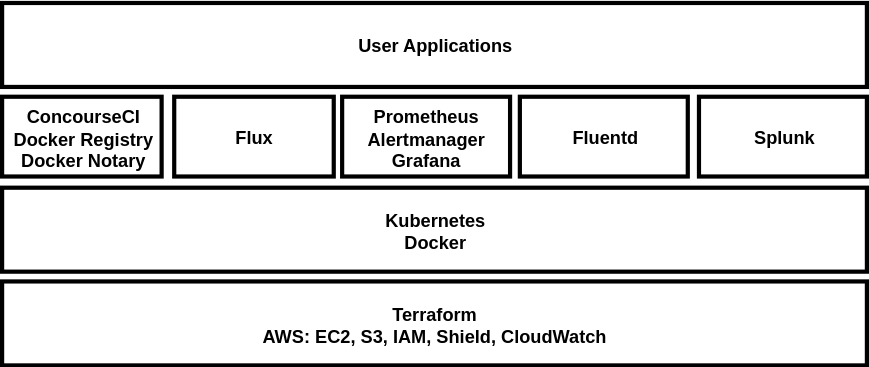
Earlier version of the draw.io export docs/architecture/diagrams/gsp-architecture-overview-2.svg (alphagov/gsp). Source tidied: cells renumbered, new cells last; positions are measured from the earlier drawing's top-left corner, leaving out a move shared by most shapes. The source it was exported from:
```xml
<mxGraphModel>
  <root>
    <mxCell id="0" />
    <mxCell id="1" value="Untitled Layer" parent="0" />
    <mxCell id="2" value="ConcourseCI&lt;br&gt;Docker Registry&lt;br&gt;Docker Notary&lt;br&gt;" style="rounded=0;whiteSpace=wrap;html=1;strokeWidth=3;fontSize=13;fontStyle=1;labelBorderColor=none;" parent="1" vertex="1">
      <mxGeometry y="67.5" width="114" height="57" as="geometry" />
    </mxCell>
    <mxCell id="3" value="Flux" style="rounded=0;whiteSpace=wrap;html=1;strokeWidth=3;fontSize=13;fontStyle=1;labelBorderColor=none;" parent="1" vertex="1">
      <mxGeometry x="123" y="67.5" width="114" height="57" as="geometry" />
    </mxCell>
    <mxCell id="4" value="Kubernetes&lt;br&gt;Docker&lt;br&gt;" style="rounded=0;whiteSpace=wrap;html=1;strokeWidth=3;fontSize=13;fontStyle=1;labelBorderColor=none;" parent="1" vertex="1">
      <mxGeometry y="132.5" width="618" height="60" as="geometry" />
    </mxCell>
    <mxCell id="5" value="&lt;span&gt;Prometheus&lt;/span&gt;&lt;br&gt;&lt;span&gt;Alertmanager&lt;/span&gt;&lt;br&gt;&lt;span&gt;Grafana&lt;/span&gt;&lt;br&gt;" style="rounded=0;whiteSpace=wrap;html=1;strokeWidth=3;fontSize=13;fontStyle=1;labelBorderColor=none;" parent="1" vertex="1">
      <mxGeometry x="243" y="67.5" width="120" height="57" as="geometry" />
    </mxCell>
    <mxCell id="6" value="&lt;span&gt;Fluentd&lt;br&gt;&lt;/span&gt;" style="rounded=0;whiteSpace=wrap;html=1;strokeWidth=3;fontSize=13;fontStyle=1;labelBorderColor=none;" parent="1" vertex="1">
      <mxGeometry x="370" y="67.5" width="120" height="57" as="geometry" />
    </mxCell>
    <mxCell id="7" value="&lt;span&gt;Splunk&lt;/span&gt;&lt;br&gt;" style="rounded=0;whiteSpace=wrap;html=1;strokeWidth=3;fontSize=13;fontStyle=1;labelBorderColor=none;" parent="1" vertex="1">
      <mxGeometry x="498" y="67.5" width="120" height="57" as="geometry" />
    </mxCell>
    <mxCell id="8" value="Terraform&lt;br&gt;AWS: EC2, S3, IAM, Shield, CloudWatch&lt;br style=&quot;font-size: 13px&quot;&gt;" style="rounded=0;whiteSpace=wrap;html=1;strokeWidth=3;fontSize=13;fontStyle=1;labelBorderColor=none;" parent="1" vertex="1">
      <mxGeometry y="199.5" width="618" height="60" as="geometry" />
    </mxCell>
    <mxCell id="9" value="User Applications" style="rounded=0;whiteSpace=wrap;html=1;strokeWidth=3;fontSize=13;fontStyle=1;labelBorderColor=none;" parent="1" vertex="1">
      <mxGeometry y="0.5" width="618" height="60" as="geometry" />
    </mxCell>
  </root>
</mxGraphModel>
```
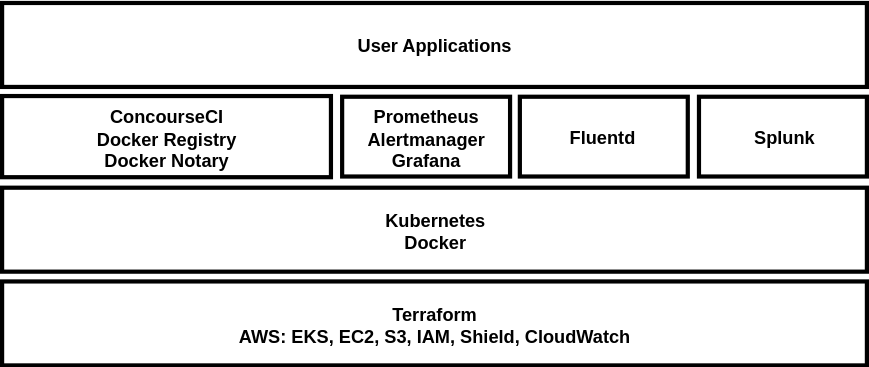
Above is the later version.

Commit message:
Update diagram to remove reference to flux

The edit, as a diff of the source:
```diff
@@ -3,11 +3,8 @@
     <mxCell id="0" />
     <mxCell id="1" value="Untitled Layer" parent="0" />
     <mxCell id="2" value="ConcourseCI&lt;br&gt;Docker Registry&lt;br&gt;Docker Notary&lt;br&gt;" style="rounded=0;whiteSpace=wrap;html=1;strokeWidth=3;fontSize=13;fontStyle=1;labelBorderColor=none;" parent="1" vertex="1">
-      <mxGeometry y="67.5" width="114" height="57" as="geometry" />
+      <mxGeometry y="67" width="235" height="58" as="geometry" />
     </mxCell>
-    <mxCell id="3" value="Flux" style="rounded=0;whiteSpace=wrap;html=1;strokeWidth=3;fontSize=13;fontStyle=1;labelBorderColor=none;" parent="1" vertex="1">
-      <mxGeometry x="123" y="67.5" width="114" height="57" as="geometry" />
-    </mxCell>
     <mxCell id="4" value="Kubernetes&lt;br&gt;Docker&lt;br&gt;" style="rounded=0;whiteSpace=wrap;html=1;strokeWidth=3;fontSize=13;fontStyle=1;labelBorderColor=none;" parent="1" vertex="1">
       <mxGeometry y="132.5" width="618" height="60" as="geometry" />
     </mxCell>
@@ -20,7 +17,7 @@
     <mxCell id="7" value="&lt;span&gt;Splunk&lt;/span&gt;&lt;br&gt;" style="rounded=0;whiteSpace=wrap;html=1;strokeWidth=3;fontSize=13;fontStyle=1;labelBorderColor=none;" parent="1" vertex="1">
       <mxGeometry x="498" y="67.5" width="120" height="57" as="geometry" />
     </mxCell>
-    <mxCell id="8" value="Terraform&lt;br&gt;AWS: EC2, S3, IAM, Shield, CloudWatch&lt;br style=&quot;font-size: 13px&quot;&gt;" style="rounded=0;whiteSpace=wrap;html=1;strokeWidth=3;fontSize=13;fontStyle=1;labelBorderColor=none;" parent="1" vertex="1">
+    <mxCell id="8" value="Terraform&lt;br&gt;AWS: EKS, EC2, S3, IAM, Shield, CloudWatch&lt;br style=&quot;font-size: 13px&quot;&gt;" style="rounded=0;whiteSpace=wrap;html=1;strokeWidth=3;fontSize=13;fontStyle=1;labelBorderColor=none;" parent="1" vertex="1">
       <mxGeometry y="199.5" width="618" height="60" as="geometry" />
     </mxCell>
     <mxCell id="9" value="User Applications" style="rounded=0;whiteSpace=wrap;html=1;strokeWidth=3;fontSize=13;fontStyle=1;labelBorderColor=none;" parent="1" vertex="1">
```
